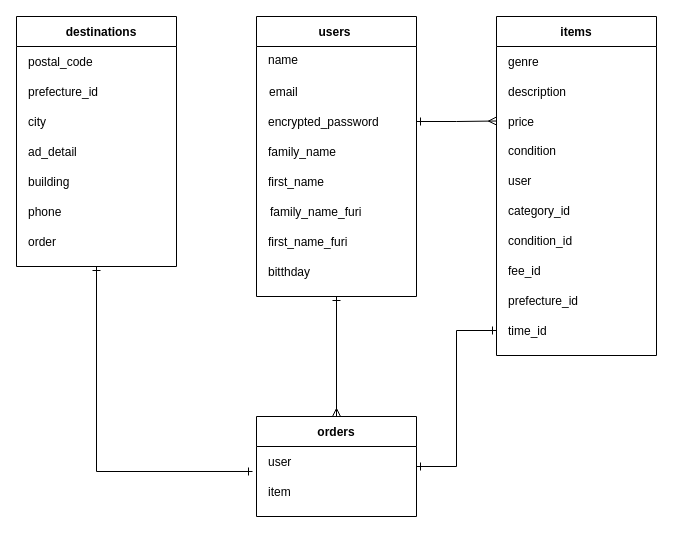
westvillege/furima-29642 keeps this draw.io diagram as ER.dio. Above is the earlier version. Source tidied: cells renumbered, new cells numbered last; positions are measured from the earlier drawing's top-left corner, leaving out a move shared by most shapes. Both pictures are drawn from the tidied source at 100%, with x=0, y=0 at pixel (16, 16).
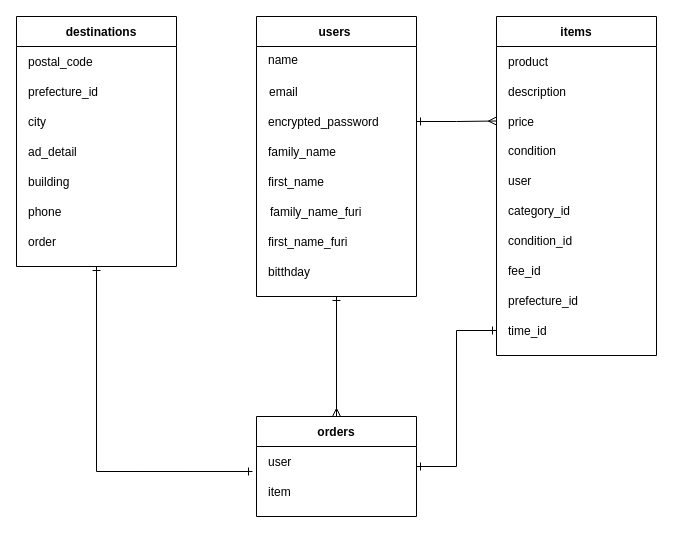
After the change.

Commit message (it also covers changes not shown here):
ER・README itemsのcolumn変更(genre→product)

The change refers to these unchanged cells:
```xml
<mxCell id="37" style="shape=partialRectangle;fillColor=none;top=0;left=0;bottom=0;right=0;align=left;spacingLeft=10;" parent="36" vertex="1">
  <mxGeometry y="30" width="160" height="30" as="geometry" />
</mxCell>
```

The edit, as a diff of the source:
```diff
@@
-    <mxCell id="38" value="genre" style="shape=partialRectangle;fillColor=none;top=0;left=0;bottom=0;right=0;overflow=hidden;align=left;spacingLeft=10;" parent="37" vertex="1">
+    <mxCell id="38" value="product" style="shape=partialRectangle;fillColor=none;top=0;left=0;bottom=0;right=0;overflow=hidden;align=left;spacingLeft=10;" parent="37" vertex="1">
       <mxGeometry width="160" height="30" as="geometry" />
     </mxCell>
```
